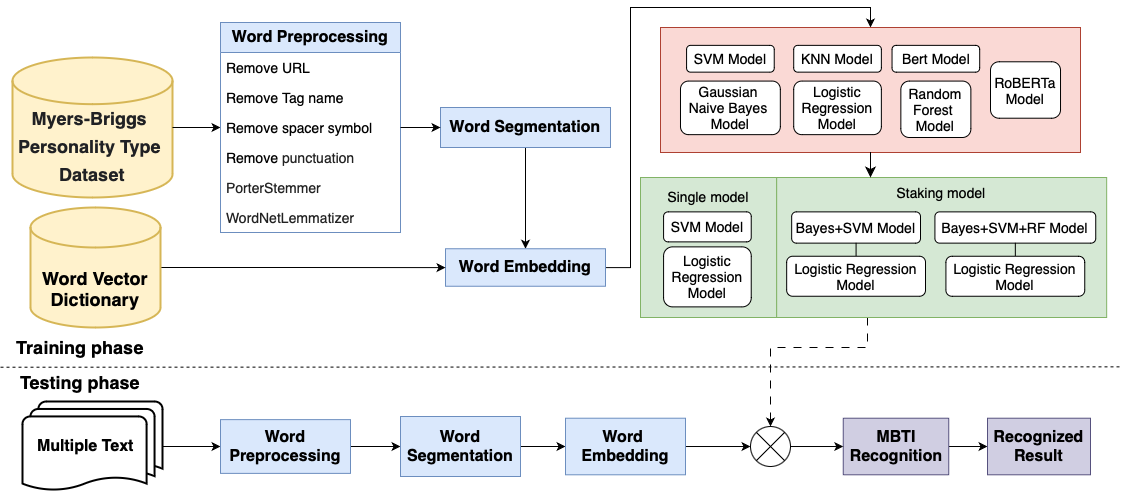
TsaiMandy9112/Artificial-Intelligence keeps this draw.io diagram as 畢業專題系統架構圖.png. Above is the earlier version. Source tidied: cells renumbered, new cells last; positions are measured from the earlier drawing's top-left corner, leaving out a move shared by most shapes.
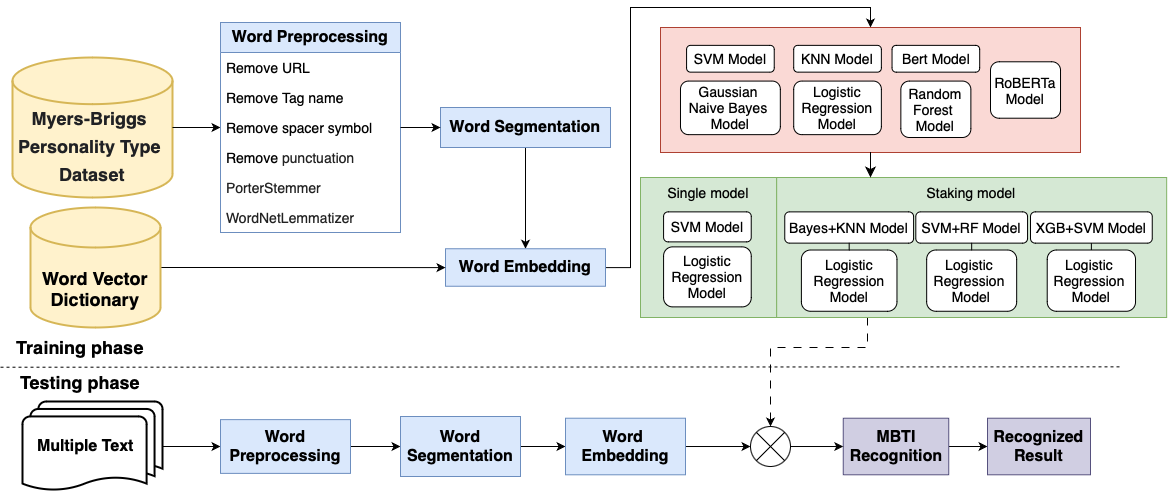
The same diagram one commit later.

Commit message:
已添加 畢業專題系統架構圖.png

What changed in the source:
```diff
@@ -165,28 +165,28 @@
       <mxGeometry x="23.1" y="69.4" width="87.7" height="60" as="geometry" />
     </mxCell>
     <mxCell id="50" value="&lt;font style=&quot;font-size: 14px;&quot;&gt;Single model&lt;/font&gt;" style="text;html=1;align=center;verticalAlign=middle;whiteSpace=wrap;rounded=0;" parent="46" vertex="1">
-      <mxGeometry x="13.1" y="4.4" width="110" height="30" as="geometry" />
+      <mxGeometry x="13.1" width="110" height="30" as="geometry" />
     </mxCell>
     <mxCell id="51" style="group;" parent="1" vertex="1">
-      <mxGeometry x="776.2" y="170" width="330" height="140" as="geometry" />
+      <mxGeometry x="776.2" y="170" width="390" height="140" as="geometry" />
     </mxCell>
     <mxCell id="52" style="rounded=0;whiteSpace=wrap;html=1;fillColor=#d5e8d4;strokeColor=#82b366;" parent="51" vertex="1">
-      <mxGeometry width="330" height="140" as="geometry" />
+      <mxGeometry width="390" height="140" as="geometry" />
     </mxCell>
     <mxCell id="53" value="&lt;font style=&quot;font-size: 14px;&quot;&gt;Staking model&lt;/font&gt;" style="text;html=1;align=center;verticalAlign=middle;whiteSpace=wrap;rounded=0;" parent="51" vertex="1">
-      <mxGeometry x="110" width="110" height="30" as="geometry" />
+      <mxGeometry x="140" width="110" height="30" as="geometry" />
     </mxCell>
-    <mxCell id="54" value="&lt;font style=&quot;font-size: 14px;&quot;&gt;Bayes+SVM Model&lt;/font&gt;" style="rounded=1;whiteSpace=wrap;html=1;" parent="51" vertex="1">
-      <mxGeometry x="15" y="34.4" width="128.8" height="31.2" as="geometry" />
+    <mxCell id="54" value="&lt;font style=&quot;font-size: 14px;&quot;&gt;Bayes+KNN Model&lt;/font&gt;" style="rounded=1;whiteSpace=wrap;html=1;" parent="51" vertex="1">
+      <mxGeometry x="8.1" y="34.4" width="128.8" height="31.2" as="geometry" />
     </mxCell>
     <mxCell id="55" value="&lt;font style=&quot;font-size: 14px;&quot;&gt;Logistic Regression Model&lt;/font&gt;" style="rounded=1;whiteSpace=wrap;html=1;" parent="51" vertex="1">
-      <mxGeometry x="10" y="78.8" width="138.8" height="40" as="geometry" />
+      <mxGeometry x="24.7" y="72.5" width="95.6" height="61.2" as="geometry" />
     </mxCell>
-    <mxCell id="56" value="&lt;span style=&quot;font-size: 14px;&quot;&gt;Bayes+SVM+RF Model&lt;/span&gt;" style="rounded=1;whiteSpace=wrap;html=1;" parent="51" vertex="1">
-      <mxGeometry x="158.2" y="34.4" width="160.8" height="31.2" as="geometry" />
+    <mxCell id="56" value="&lt;span style=&quot;font-size: 14px;&quot;&gt;SVM+RF Model&lt;/span&gt;" style="rounded=1;whiteSpace=wrap;html=1;" parent="51" vertex="1">
+      <mxGeometry x="139.1" y="34.4" width="111.8" height="31.2" as="geometry" />
     </mxCell>
-    <mxCell id="57" value="&lt;font style=&quot;font-size: 14px;&quot;&gt;Logistic Regression Model&lt;/font&gt;" style="rounded=1;whiteSpace=wrap;html=1;" parent="51" vertex="1">
-      <mxGeometry x="169.3" y="78.8" width="138.8" height="40" as="geometry" />
+    <mxCell id="57" value="&lt;font style=&quot;font-size: 14px;&quot;&gt;Logistic&amp;nbsp;&lt;/font&gt;&lt;div&gt;&lt;font style=&quot;font-size: 14px;&quot;&gt;Regression&amp;nbsp;&lt;/font&gt;&lt;/div&gt;&lt;div&gt;&lt;font style=&quot;font-size: 14px;&quot;&gt;Model&lt;/font&gt;&lt;/div&gt;" style="rounded=1;whiteSpace=wrap;html=1;" parent="51" vertex="1">
+      <mxGeometry x="150" y="72.5" width="90" height="61.2" as="geometry" />
     </mxCell>
     <mxCell id="58" style="endArrow=none;html=1;rounded=0;fontSize=12;startSize=8;endSize=8;curved=1;exitX=0.5;exitY=0;exitDx=0;exitDy=0;entryX=0.5;entryY=1;entryDx=0;entryDy=0;" parent="51" edge="1" source="55" target="54">
       <mxGeometry relative="1" as="geometry" />
@@ -194,6 +194,15 @@
     <mxCell id="59" style="endArrow=none;html=1;rounded=0;fontSize=12;startSize=8;endSize=8;curved=1;entryX=0.5;entryY=1;entryDx=0;entryDy=0;exitX=0.5;exitY=0;exitDx=0;exitDy=0;" parent="51" edge="1" source="57" target="56">
       <mxGeometry relative="1" as="geometry" />
     </mxCell>
+    <mxCell id="61" value="&lt;span style=&quot;font-size: 14px;&quot;&gt;XGB+SVM Model&lt;/span&gt;" style="rounded=1;whiteSpace=wrap;html=1;" parent="51" vertex="1">
+      <mxGeometry x="253.8" y="34.4" width="121.8" height="31.2" as="geometry" />
+    </mxCell>
+    <mxCell id="62" value="&lt;font style=&quot;font-size: 14px;&quot;&gt;Logistic&amp;nbsp;&lt;/font&gt;&lt;div&gt;&lt;font style=&quot;font-size: 14px;&quot;&gt;Regression&amp;nbsp;&lt;/font&gt;&lt;/div&gt;&lt;div&gt;&lt;font style=&quot;font-size: 14px;&quot;&gt;Model&lt;/font&gt;&lt;/div&gt;" style="rounded=1;whiteSpace=wrap;html=1;" parent="51" vertex="1">
+      <mxGeometry x="270.6" y="72.5" width="88.3" height="61.2" as="geometry" />
+    </mxCell>
+    <mxCell id="63" style="endArrow=none;html=1;rounded=0;entryX=0.5;entryY=1;entryDx=0;entryDy=0;exitX=0.5;exitY=0;exitDx=0;exitDy=0;" parent="51" edge="1" source="62" target="61">
+      <mxGeometry relative="1" as="geometry" />
+    </mxCell>
     <mxCell id="60" style="edgeStyle=none;curved=1;rounded=0;jettySize=auto;html=1;exitX=0.5;exitY=1;exitDx=0;exitDy=0;fontSize=12;startSize=8;endSize=8;" parent="1" edge="1" source="35">
       <mxGeometry relative="1" as="geometry">
         <mxPoint x="870" y="170" as="targetPoint" />
```
